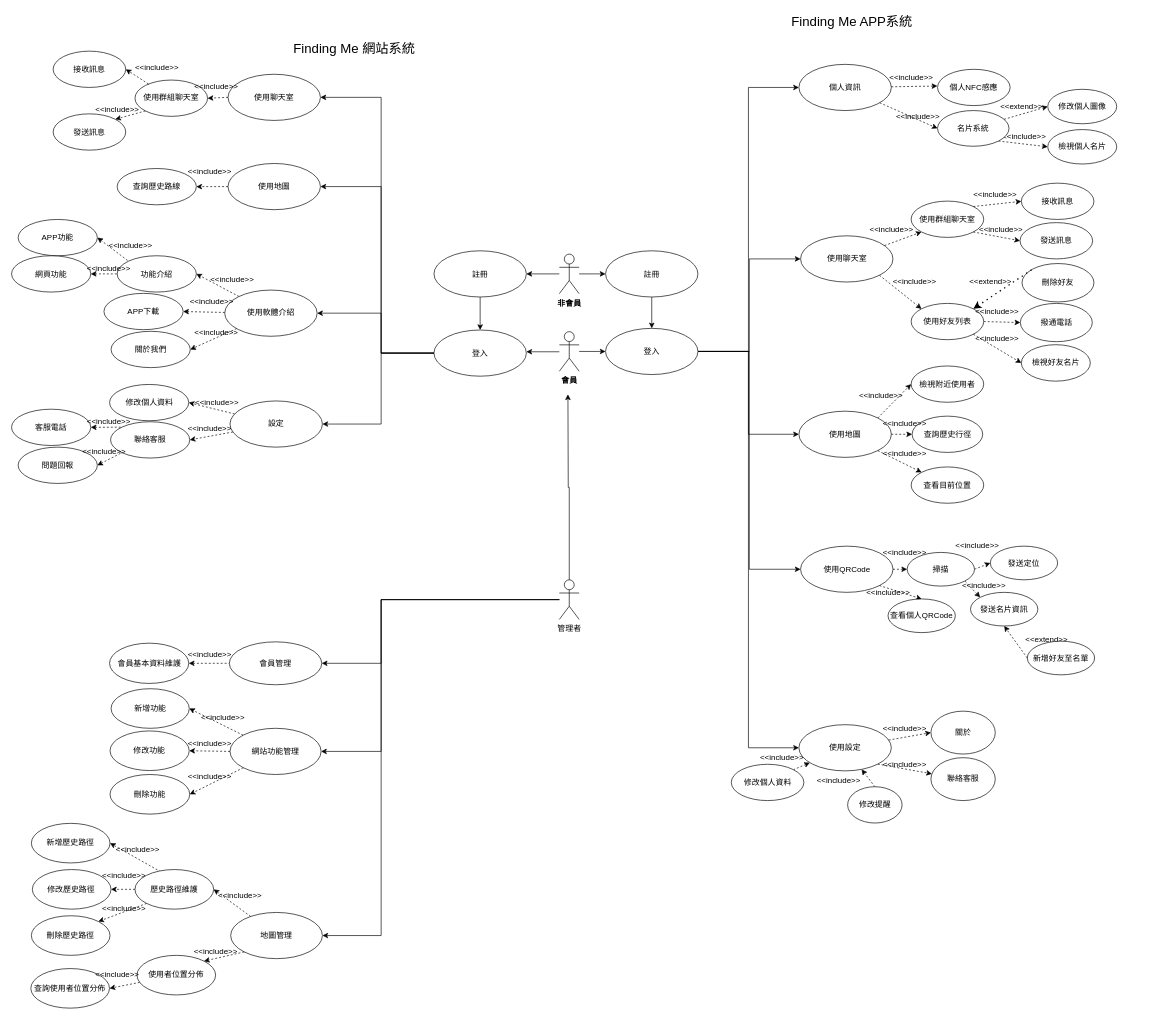
Above: page "使用個案圖" (1 of 4) of Untitled Diagram.drawio in may900620/codepanimg (draw.io), before the change. Source tidied: cells renumbered, new cells numbered last; positions are measured from the earlier drawing's top-left corner, leaving out a move shared by most shapes. Both pictures are drawn from the tidied source at 66%, with x=0, y=0 at pixel (11, 11).
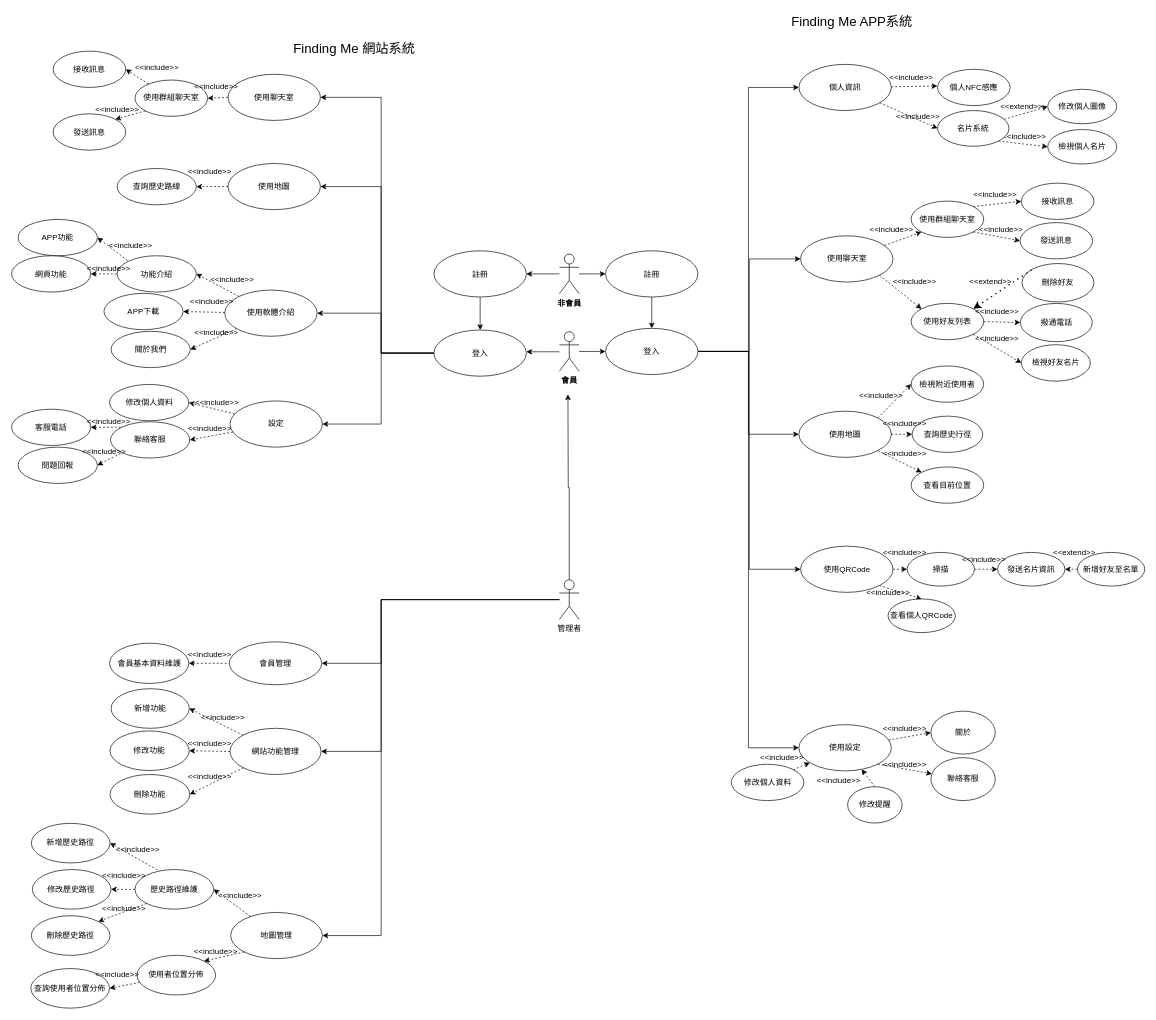
The same diagram, later.

Unchanged cells that the change refers to:
```xml
<mxCell id="119" value="掃描" style="ellipse;whiteSpace=wrap;html=1;fillColor=default;strokeColor=default;fontColor=default;" parent="1" vertex="1">
  <mxGeometry x="1357" y="819.5" width="102" height="51" as="geometry" />
</mxCell>
```

Change to the diagram source:
```diff
@@
-    <mxCell id="16" value="&lt;div&gt;發送定位&lt;/div&gt;" style="ellipse;whiteSpace=wrap;html=1;fillColor=default;strokeColor=default;fontColor=default;" parent="1" vertex="1">
-      <mxGeometry x="1483" y="810" width="102" height="51" as="geometry" />
-    </mxCell>
-    <mxCell id="17" style="edgeStyle=none;rounded=0;jettySize=auto;html=1;entryX=0;entryY=0;entryDx=0;entryDy=0;labelBackgroundColor=default;fontColor=default;endArrow=classic;endFill=1;strokeColor=default;startArrow=none;startFill=0;exitX=1;exitY=1;exitDx=0;exitDy=0;dashed=1;" parent="1" edge="1" source="119" target="38">
+    <mxCell id="17" style="edgeStyle=none;rounded=0;jettySize=auto;html=1;entryX=0;entryY=0.5;entryDx=0;entryDy=0;labelBackgroundColor=default;fontColor=default;endArrow=classic;endFill=1;strokeColor=default;startArrow=none;startFill=0;exitX=1;exitY=0.5;exitDx=0;exitDy=0;dashed=1;" parent="1" edge="1" source="119" target="38">
       <mxGeometry relative="1" as="geometry" />
     </mxCell>
-    <mxCell id="18" style="edgeStyle=none;rounded=0;jettySize=auto;html=1;entryX=0;entryY=0.5;entryDx=0;entryDy=0;labelBackgroundColor=default;fontColor=default;endArrow=classic;endFill=1;strokeColor=default;startArrow=none;startFill=0;exitX=1;exitY=0.5;exitDx=0;exitDy=0;dashed=1;" parent="1" edge="1" source="119" target="16">
-      <mxGeometry relative="1" as="geometry" />
-    </mxCell>
@@
     <mxCell id="38" value="&lt;div&gt;發送名片資訊&lt;/div&gt;" style="ellipse;whiteSpace=wrap;html=1;fillColor=default;strokeColor=default;fontColor=default;" parent="1" vertex="1">
-      <mxGeometry x="1453" y="880" width="102" height="51" as="geometry" />
+      <mxGeometry x="1494" y="819.5" width="102" height="51" as="geometry" />
     </mxCell>
     <mxCell id="39" value="&amp;lt;&amp;lt;extend&amp;gt;&amp;gt;" style="text;html=1;align=center;verticalAlign=middle;strokeColor=none;fillColor=none;fontColor=default;" parent="1" vertex="1">
-      <mxGeometry x="1528" y="941" width="80" height="20" as="geometry" />
+      <mxGeometry x="1570" y="810" width="80" height="20" as="geometry" />
     </mxCell>
@@
     <mxCell id="55" value="&lt;div&gt;新增好友至名單&lt;/div&gt;" style="ellipse;whiteSpace=wrap;html=1;fillColor=default;strokeColor=default;fontColor=default;" parent="1" vertex="1">
-      <mxGeometry x="1539" y="954" width="102" height="51" as="geometry" />
+      <mxGeometry x="1615" y="819.5" width="102" height="51" as="geometry" />
     </mxCell>
-    <mxCell id="56" style="endArrow=classic;html=1;rounded=0;exitX=0;exitY=0.5;exitDx=0;exitDy=0;entryX=0.5;entryY=1;entryDx=0;entryDy=0;dashed=1;startArrow=none;startFill=0;endFill=1;" parent="1" edge="1" source="55" target="38">
+    <mxCell id="56" style="endArrow=classic;html=1;rounded=0;exitX=0;exitY=0.5;exitDx=0;exitDy=0;entryX=1;entryY=0.5;entryDx=0;entryDy=0;dashed=1;startArrow=none;startFill=0;endFill=1;" parent="1" edge="1" source="55" target="38">
       <mxGeometry relative="1" as="geometry" />
     </mxCell>
@@
-    <mxCell id="147" value="&amp;lt;&amp;lt;include&amp;gt;&amp;gt;" style="text;html=1;align=center;verticalAlign=middle;strokeColor=none;fillColor=none;fontColor=default;" parent="1" vertex="1">
-      <mxGeometry x="1423" y="799.5" width="80" height="20" as="geometry" />
-    </mxCell>
     <mxCell id="148" value="&amp;lt;&amp;lt;include&amp;gt;&amp;gt;" style="text;html=1;align=center;verticalAlign=middle;strokeColor=none;fillColor=none;fontColor=default;" parent="1" vertex="1">
-      <mxGeometry x="1433" y="860" width="80" height="20" as="geometry" />
+      <mxGeometry x="1433" y="819.5" width="80" height="20" as="geometry" />
     </mxCell>
```
